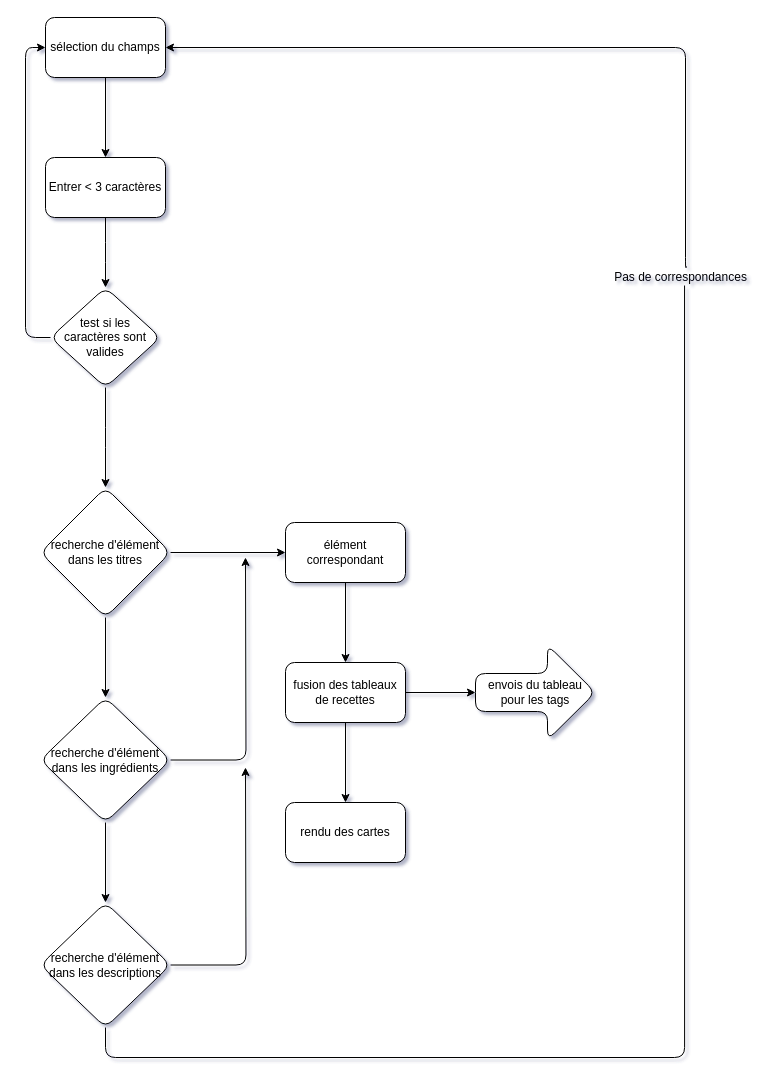
This is page "SearchBar" (1 of 2) of public/docs/Diagramme sans nom.drawio from Yan-Coquoz/P07-front-end_search-engine, a draw.io file, before an edit. Source tidied: cells renumbered, new cells numbered last; positions are measured from the earlier drawing's top-left corner, leaving out a move shared by most shapes. Both pictures are drawn from the tidied source at 100%, with x=0, y=0 at pixel (25, 17).
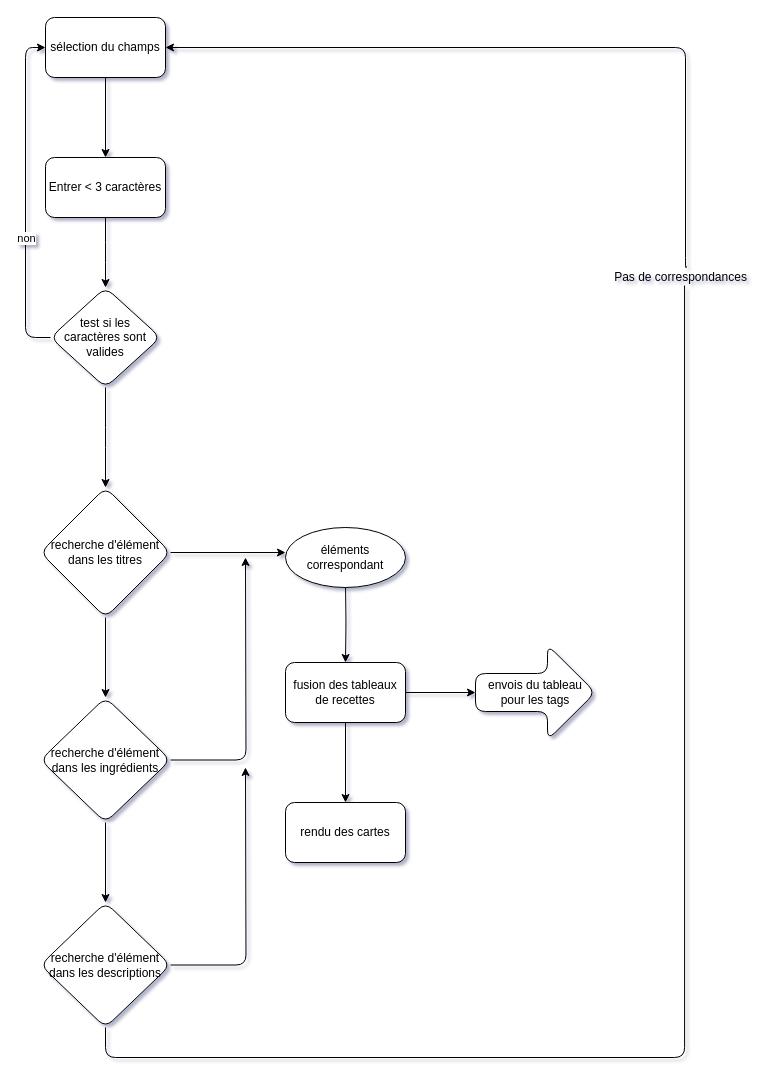
The same page after the edit.

Commit message:
Mettre à jour Diagramme sans nom.drawio

The change refers to these unchanged cells:
```xml
<mxCell id="3" style="edgeStyle=orthogonalEdgeStyle;rounded=1;jettySize=auto;html=1;entryX=0;entryY=0.5;entryDx=0;entryDy=0;" parent="1" edge="1" source="5" target="7">
  <mxGeometry relative="1" as="geometry">
    <Array as="points">
      <mxPoint y="320" />
      <mxPoint y="30" />
    </Array>
  </mxGeometry>
</mxCell>
<mxCell id="11" value="&lt;span style=&quot;&quot;&gt;recherche d'élément dans les titres&lt;/span&gt;" style="rhombus;whiteSpace=wrap;html=1;rounded=1;" parent="1" vertex="1">
  <mxGeometry x="15" y="470" width="130" height="130" as="geometry" />
</mxCell>
<mxCell id="22" value="fusion des tableaux de recettes" style="whiteSpace=wrap;html=1;rounded=1;" parent="1" vertex="1">
  <mxGeometry x="260" y="645" width="120" height="60" as="geometry" />
</mxCell>
```

What changed in the source:
```diff
@@
+    <mxCell id="27" value="non" style="edgeLabel;html=1;align=center;verticalAlign=middle;" parent="3" vertex="1">
+      <mxGeometry x="-0.06" y="-3" relative="1" as="geometry">
+        <mxPoint x="-3" y="32" as="offset" />
+      </mxGeometry>
+    </mxCell>
@@
-    <mxCell id="9" style="edgeStyle=orthogonalEdgeStyle;rounded=1;jettySize=auto;html=1;" parent="1" edge="1" source="11" target="14">
-      <mxGeometry relative="1" as="geometry" />
+    <mxCell id="9" style="edgeStyle=orthogonalEdgeStyle;rounded=1;jettySize=auto;html=1;" parent="1" edge="1" source="11">
+      <mxGeometry relative="1" as="geometry">
+        <mxPoint x="260" y="535" as="targetPoint" />
+      </mxGeometry>
     </mxCell>
@@
-    <mxCell id="13" style="edgeStyle=orthogonalEdgeStyle;rounded=1;jettySize=auto;html=1;" parent="1" edge="1" source="14" target="22">
-      <mxGeometry relative="1" as="geometry" />
+    <mxCell id="13" style="edgeStyle=orthogonalEdgeStyle;rounded=1;jettySize=auto;html=1;" parent="1" edge="1" target="22">
+      <mxGeometry relative="1" as="geometry">
+        <mxPoint x="320" y="565" as="sourcePoint" />
+      </mxGeometry>
     </mxCell>
-    <mxCell id="14" value="élément correspondant" style="whiteSpace=wrap;html=1;rounded=1;" parent="1" vertex="1">
-      <mxGeometry x="260" y="505" width="120" height="60" as="geometry" />
-    </mxCell>
@@
+    <mxCell id="28" value="&lt;span style=&quot;&quot;&gt;éléments correspondant&lt;/span&gt;" style="ellipse;whiteSpace=wrap;html=1;" parent="1" vertex="1">
+      <mxGeometry x="260" y="510" width="120" height="60" as="geometry" />
+    </mxCell>
```
